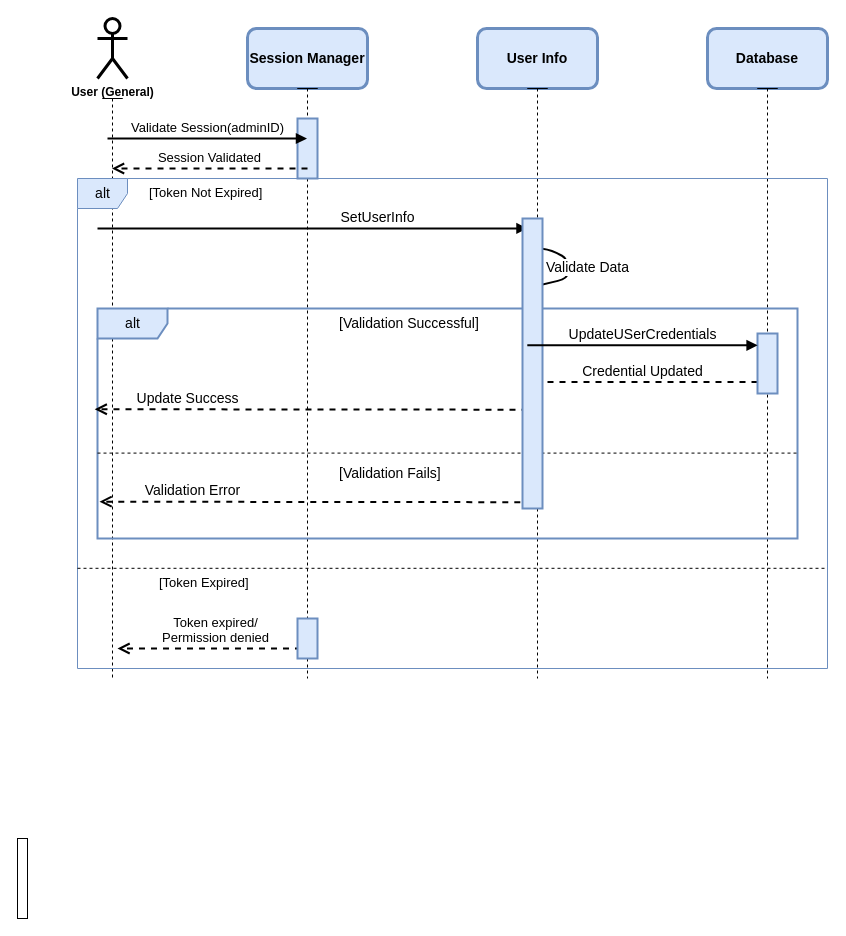
This is UseCase_Diagram/Biruh/setPersonalInfo.dio from Nama21yo/SDS-EMR, a draw.io file, before an edit. Source tidied: cells renumbered, new cells numbered last; positions are measured from the earlier drawing's top-left corner, leaving out a move shared by most shapes. Both pictures are drawn from the tidied source at 100%, with x=0, y=0 at pixel (17, 18).
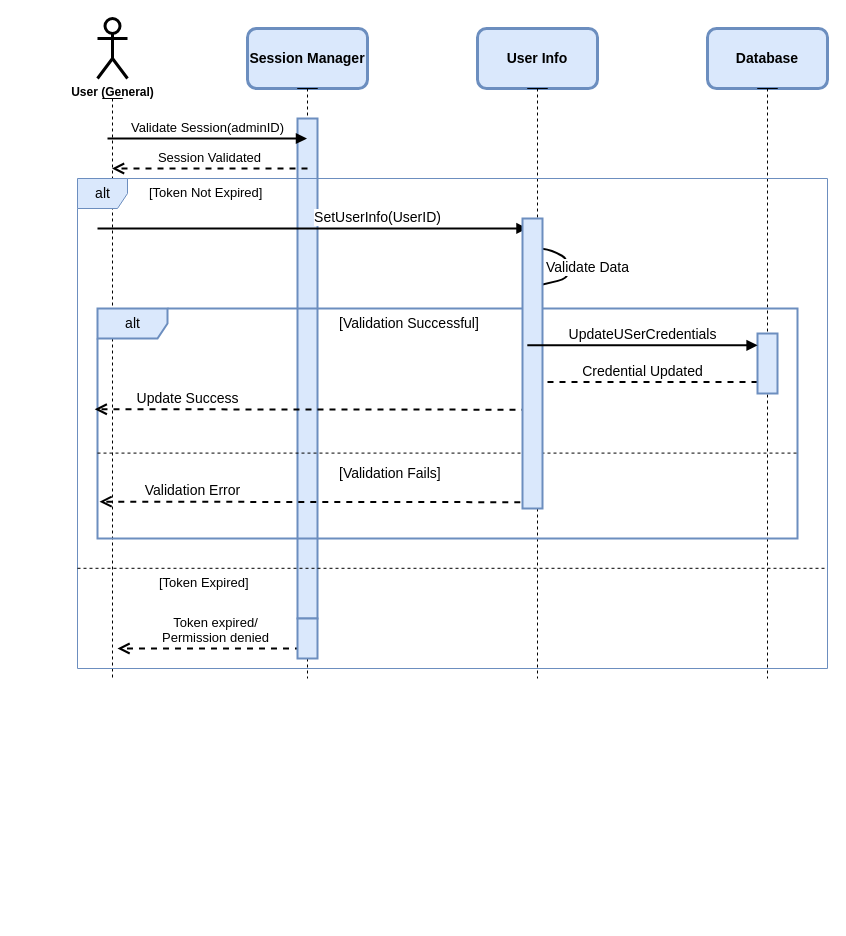
The same page after the edit.

Unchanged cells that the change refers to:
```xml
<mxCell id="6" style="shape=umlLifeline;participant=umlActor;perimeter=lifelinePerimeter;whiteSpace=wrap;html=1;verticalAlign=top;spacingTop=36;outlineConnect=0;size=0;" parent="1" vertex="1">
  <mxGeometry x="280" y="70" width="20" height="590" as="geometry" />
</mxCell>
<mxCell id="13" value="&lt;font style=&quot;font-size: 14px;&quot;&gt;alt&lt;/font&gt;" style="shape=umlFrame;tabWidth=110;tabHeight=30;tabPosition=left;html=1;boundedLbl=1;labelInHeader=1;width=50;height=30;fontSize=13;fillColor=#dae8fc;strokeColor=#6c8ebf;" parent="1" vertex="1">
  <mxGeometry x="60" y="160" width="750" height="490" as="geometry" />
</mxCell>
```

The edit, as a diff of the source:
```diff
@@
-<mxGraphModel>
+<mxGraphModel background="#ffffff">
@@
     <mxCell id="7" style="html=1;perimeter=orthogonalPerimeter;fillStyle=solid;strokeWidth=2;fontSize=14;fillColor=#dae8fc;strokeColor=#6c8ebf;" parent="6" vertex="1">
-      <mxGeometry y="30" width="20" height="60" as="geometry" />
+      <mxGeometry y="30" width="20" height="500" as="geometry" />
     </mxCell>
@@
-    <mxCell id="17" value="SetUserInfo" style="html=1;verticalAlign=bottom;endArrow=block;strokeWidth=2;fontSize=14;entryX=0.6;entryY=0.102;entryDx=0;entryDy=0;entryPerimeter=0;" parent="13" edge="1" target="13">
+    <mxCell id="17" value="SetUserInfo(UserID)" style="html=1;verticalAlign=bottom;endArrow=block;strokeWidth=2;fontSize=14;entryX=0.6;entryY=0.102;entryDx=0;entryDy=0;entryPerimeter=0;" parent="13" edge="1" target="13">
       <mxGeometry x="0.3" relative="1" as="geometry">
         <mxPoint x="20" y="50" as="sourcePoint" />
       </mxGeometry>
     </mxCell>
@@
-    <mxCell id="31" style="html=1;perimeter=orthogonalPerimeter;" parent="1" vertex="1">
-      <mxGeometry y="820" width="10" height="80" as="geometry" />
-    </mxCell>
```
